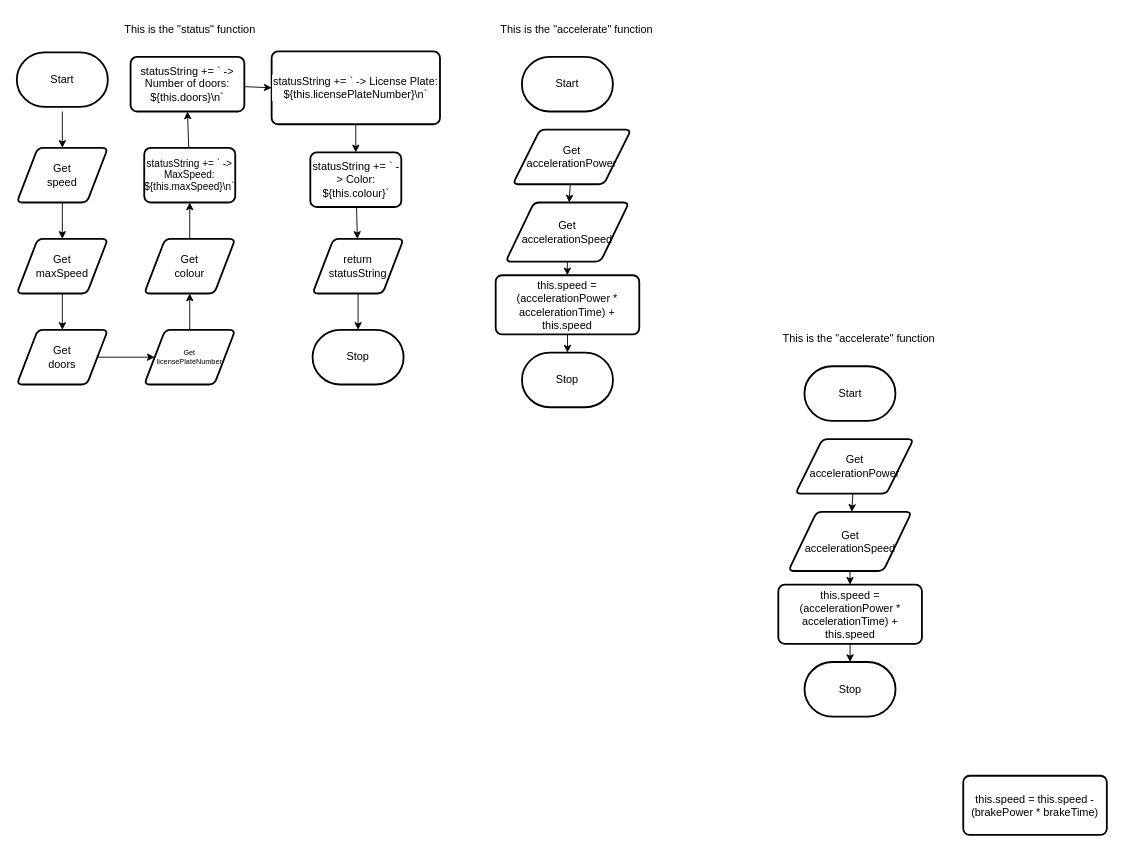
evan-beaudoin99/ICS4U-Unit2-Evan-Beaudoin keeps this draw.io diagram as Unit2-05/design/flowchart.drawio. Above is the earlier version. Source tidied: cells renumbered, new cells numbered last; positions are measured from the earlier drawing's top-left corner, leaving out a move shared by most shapes. Both pictures are drawn from the tidied source at 91%, with x=0, y=0 at pixel (16, 15).
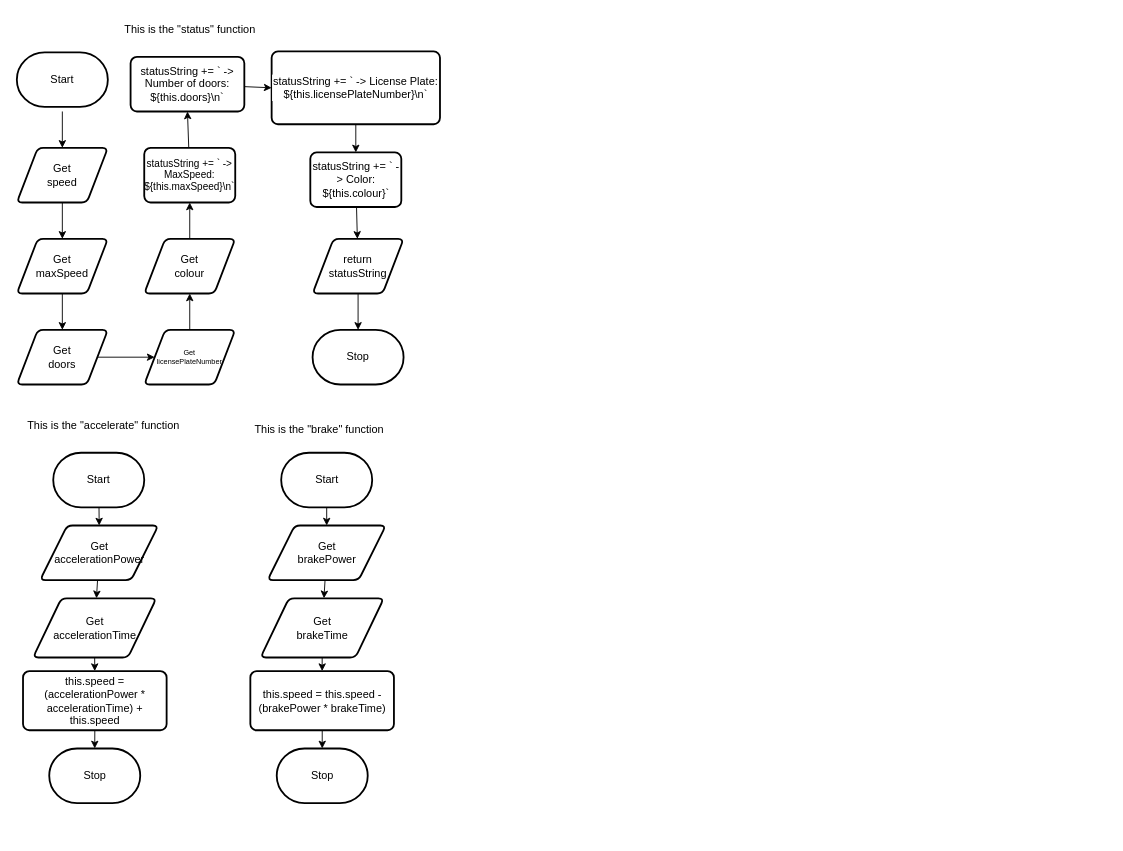
Above is the later version.

What changed in the source:
```diff
@@
     <mxCell id="24" value="This is the &quot;accelerate&quot; function" style="text;html=1;align=center;verticalAlign=middle;strokeColor=none;fillColor=none;" parent="1" vertex="1">
-      <mxGeometry x="519.5" width="190" height="30" as="geometry" />
+      <mxGeometry y="435" width="190" height="30" as="geometry" />
     </mxCell>
@@
     <mxCell id="26" value="Get&lt;br style=&quot;font-size: 12px;&quot;&gt;accelerationPower" style="shape=parallelogram;html=1;strokeWidth=2;perimeter=parallelogramPerimeter;whiteSpace=wrap;rounded=1;arcSize=12;size=0.23;fontSize=12;" parent="1" vertex="1">
-      <mxGeometry x="545" y="125" width="130" height="60" as="geometry" />
+      <mxGeometry x="25.5" y="560" width="130" height="60" as="geometry" />
     </mxCell>
@@
-    <mxCell id="28" value="Get&lt;br style=&quot;font-size: 12px;&quot;&gt;accelerationSpeed" style="shape=parallelogram;html=1;strokeWidth=2;perimeter=parallelogramPerimeter;whiteSpace=wrap;rounded=1;arcSize=12;size=0.23;fontSize=12;" parent="1" vertex="1">
-      <mxGeometry x="537.2" y="205" width="135.5" height="65" as="geometry" />
+    <mxCell id="28" value="Get&lt;br style=&quot;font-size: 12px;&quot;&gt;accelerationTime" style="shape=parallelogram;html=1;strokeWidth=2;perimeter=parallelogramPerimeter;whiteSpace=wrap;rounded=1;arcSize=12;size=0.23;fontSize=12;" parent="1" vertex="1">
+      <mxGeometry x="17.8" y="640" width="135.5" height="65" as="geometry" />
     </mxCell>
@@
     <mxCell id="30" value="this.speed = (accelerationPower * accelerationTime) + this.speed" style="rounded=1;whiteSpace=wrap;html=1;absoluteArcSize=1;arcSize=14;strokeWidth=2;fontSize=12;" parent="1" vertex="1">
-      <mxGeometry x="526.2" y="285" width="157.8" height="65" as="geometry" />
+      <mxGeometry x="6.8" y="720" width="157.8" height="65" as="geometry" />
     </mxCell>
@@
+    <mxCell id="45" style="edgeStyle=none;html=1;entryX=0.5;entryY=0;entryDx=0;entryDy=0;" parent="1" edge="1" source="33" target="26">
+      <mxGeometry relative="1" as="geometry" />
+    </mxCell>
     <mxCell id="33" value="Start" style="strokeWidth=2;html=1;shape=mxgraph.flowchart.terminator;whiteSpace=wrap;" parent="1" vertex="1">
-      <mxGeometry x="555" y="45" width="100" height="60" as="geometry" />
+      <mxGeometry x="40" y="480" width="100" height="60" as="geometry" />
     </mxCell>
     <mxCell id="34" value="Stop" style="strokeWidth=2;html=1;shape=mxgraph.flowchart.terminator;whiteSpace=wrap;" parent="1" vertex="1">
-      <mxGeometry x="555.1" y="370" width="100" height="60" as="geometry" />
+      <mxGeometry x="35.6" y="805" width="100" height="60" as="geometry" />
     </mxCell>
-    <mxCell id="35" value="This is the &quot;accelerate&quot; function" style="text;html=1;align=center;verticalAlign=middle;strokeColor=none;fillColor=none;" parent="1" vertex="1">
-      <mxGeometry x="830" y="340" width="190" height="30" as="geometry" />
+    <mxCell id="35" value="This is the &quot;brake&quot; function" style="text;html=1;align=center;verticalAlign=middle;strokeColor=none;fillColor=none;" parent="1" vertex="1">
+      <mxGeometry x="249.4" y="440" width="165" height="30" as="geometry" />
     </mxCell>
@@
-    <mxCell id="37" value="Get&lt;br style=&quot;font-size: 12px;&quot;&gt;accelerationPower" style="shape=parallelogram;html=1;strokeWidth=2;perimeter=parallelogramPerimeter;whiteSpace=wrap;rounded=1;arcSize=12;size=0.23;fontSize=12;" parent="1" vertex="1">
-      <mxGeometry x="855.5" y="465" width="130" height="60" as="geometry" />
+    <mxCell id="37" value="Get&lt;br&gt;brakePower" style="shape=parallelogram;html=1;strokeWidth=2;perimeter=parallelogramPerimeter;whiteSpace=wrap;rounded=1;arcSize=12;size=0.23;fontSize=12;" parent="1" vertex="1">
+      <mxGeometry x="275.5" y="560" width="130" height="60" as="geometry" />
     </mxCell>
-    <mxCell id="38" style="edgeStyle=none;html=1;exitX=0.5;exitY=1;exitDx=0;exitDy=0;" parent="1" edge="1" source="39" target="41">
-      <mxGeometry relative="1" as="geometry" />
+    <mxCell id="38" style="edgeStyle=none;html=1;exitX=0.5;exitY=1;exitDx=0;exitDy=0;" parent="1" edge="1" source="39">
+      <mxGeometry relative="1" as="geometry">
+        <mxPoint x="335.5" y="720" as="targetPoint" />
+      </mxGeometry>
     </mxCell>
-    <mxCell id="39" value="Get&lt;br style=&quot;font-size: 12px;&quot;&gt;accelerationSpeed" style="shape=parallelogram;html=1;strokeWidth=2;perimeter=parallelogramPerimeter;whiteSpace=wrap;rounded=1;arcSize=12;size=0.23;fontSize=12;" parent="1" vertex="1">
-      <mxGeometry x="847.8" y="545" width="135.5" height="65" as="geometry" />
+    <mxCell id="39" value="Get&lt;br style=&quot;font-size: 12px;&quot;&gt;brakeTime" style="shape=parallelogram;html=1;strokeWidth=2;perimeter=parallelogramPerimeter;whiteSpace=wrap;rounded=1;arcSize=12;size=0.23;fontSize=12;" parent="1" vertex="1">
+      <mxGeometry x="267.8" y="640" width="135.5" height="65" as="geometry" />
     </mxCell>
-    <mxCell id="40" style="edgeStyle=none;html=1;exitX=0.5;exitY=1;exitDx=0;exitDy=0;entryX=0.5;entryY=0;entryDx=0;entryDy=0;entryPerimeter=0;" parent="1" edge="1" source="41" target="43">
-      <mxGeometry relative="1" as="geometry" />
+    <mxCell id="40" style="edgeStyle=none;html=1;exitX=0.5;exitY=1;exitDx=0;exitDy=0;entryX=0.5;entryY=0;entryDx=0;entryDy=0;entryPerimeter=0;" parent="1" edge="1" target="43">
+      <mxGeometry relative="1" as="geometry">
+        <mxPoint x="335.6" y="785" as="sourcePoint" />
+      </mxGeometry>
     </mxCell>
-    <mxCell id="41" value="this.speed = (accelerationPower * accelerationTime) + this.speed" style="rounded=1;whiteSpace=wrap;html=1;absoluteArcSize=1;arcSize=14;strokeWidth=2;fontSize=12;" parent="1" vertex="1">
-      <mxGeometry x="836.8" y="625" width="157.8" height="65" as="geometry" />
-    </mxCell>
+    <mxCell id="46" style="edgeStyle=none;html=1;entryX=0.5;entryY=0;entryDx=0;entryDy=0;" parent="1" edge="1" source="42" target="37">
+      <mxGeometry relative="1" as="geometry" />
+    </mxCell>
     <mxCell id="42" value="Start" style="strokeWidth=2;html=1;shape=mxgraph.flowchart.terminator;whiteSpace=wrap;" parent="1" vertex="1">
-      <mxGeometry x="865.5" y="385" width="100" height="60" as="geometry" />
+      <mxGeometry x="290.5" y="480" width="100" height="60" as="geometry" />
     </mxCell>
     <mxCell id="43" value="Stop" style="strokeWidth=2;html=1;shape=mxgraph.flowchart.terminator;whiteSpace=wrap;" parent="1" vertex="1">
-      <mxGeometry x="865.6" y="710" width="100" height="60" as="geometry" />
+      <mxGeometry x="285.6" y="805" width="100" height="60" as="geometry" />
     </mxCell>
     <mxCell id="44" value="this.speed = this.speed - (brakePower * brakeTime)" style="rounded=1;whiteSpace=wrap;html=1;absoluteArcSize=1;arcSize=14;strokeWidth=2;fontSize=12;" parent="1" vertex="1">
-      <mxGeometry x="1040" y="835" width="157.8" height="65" as="geometry" />
+      <mxGeometry x="256.6" y="720" width="157.8" height="65" as="geometry" />
     </mxCell>
```
